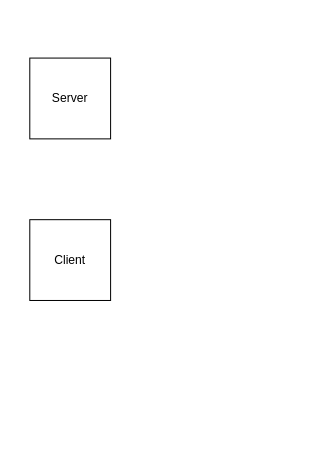
Above: consul与nacos k8s部署差异.drawio in chenjinkai/drawstorage (draw.io), before the change. Source tidied: cells renumbered, new cells numbered last; positions are measured from the earlier drawing's top-left corner, leaving out a move shared by most shapes. Both pictures are drawn from the tidied source at 101%, with x=0, y=0 at pixel (29, 58).
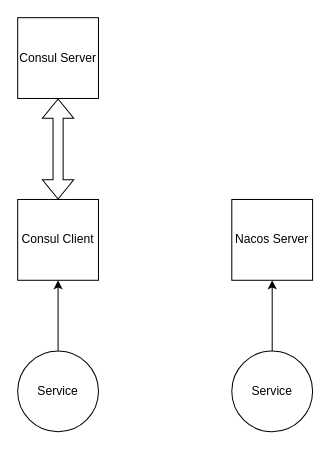
Above is the later version.

Commit message (it also covers changes not shown here):
更新consul与nacos k8s部署差异.drawio

Change to the diagram source:
```diff
@@
 <mxGraphModel>
   <root>
     <mxCell id="0" />
     <mxCell id="1" parent="0" />
-    <mxCell id="2" value="Server" style="whiteSpace=wrap;html=1;" parent="1" vertex="1">
-      <mxGeometry width="80" height="80" as="geometry" />
+    <mxCell id="2" value="Consul Server" style="whiteSpace=wrap;html=1;" parent="1" vertex="1">
+      <mxGeometry x="-12" y="-40" width="80" height="80" as="geometry" />
     </mxCell>
-    <mxCell id="3" value="Client" style="whiteSpace=wrap;html=1;" parent="1" vertex="1">
-      <mxGeometry y="160" width="80" height="80" as="geometry" />
+    <mxCell id="3" value="Consul Client" style="whiteSpace=wrap;html=1;" parent="1" vertex="1">
+      <mxGeometry x="-12" y="140" width="80" height="80" as="geometry" />
     </mxCell>
+    <mxCell id="4" style="shape=flexArrow;endArrow=classic;startArrow=classic;html=1;rounded=0;entryX=0.5;entryY=1;entryDx=0;entryDy=0;exitX=0.5;exitY=0;exitDx=0;exitDy=0;" parent="1" edge="1" source="3" target="2">
+      <mxGeometry relative="1" as="geometry" />
+    </mxCell>
+    <mxCell id="5" value="Service" style="ellipse;whiteSpace=wrap;html=1;" parent="1" vertex="1">
+      <mxGeometry x="-12" y="290" width="80" height="80" as="geometry" />
+    </mxCell>
+    <mxCell id="6" style="endArrow=classic;html=1;rounded=0;entryX=0.5;entryY=1;entryDx=0;entryDy=0;exitX=0.5;exitY=0;exitDx=0;exitDy=0;" parent="1" edge="1" source="5" target="3">
+      <mxGeometry relative="1" as="geometry" />
+    </mxCell>
+    <mxCell id="7" value="Nacos Server" style="whiteSpace=wrap;html=1;" parent="1" vertex="1">
+      <mxGeometry x="200" y="140" width="80" height="80" as="geometry" />
+    </mxCell>
+    <mxCell id="8" value="Service" style="ellipse;whiteSpace=wrap;html=1;" parent="1" vertex="1">
+      <mxGeometry x="200" y="290" width="80" height="80" as="geometry" />
+    </mxCell>
+    <mxCell id="9" style="endArrow=classic;html=1;rounded=0;entryX=0.5;entryY=1;entryDx=0;entryDy=0;exitX=0.5;exitY=0;exitDx=0;exitDy=0;" parent="1" edge="1" source="8" target="7">
+      <mxGeometry relative="1" as="geometry" />
+    </mxCell>
   </root>
 </mxGraphModel>
```
